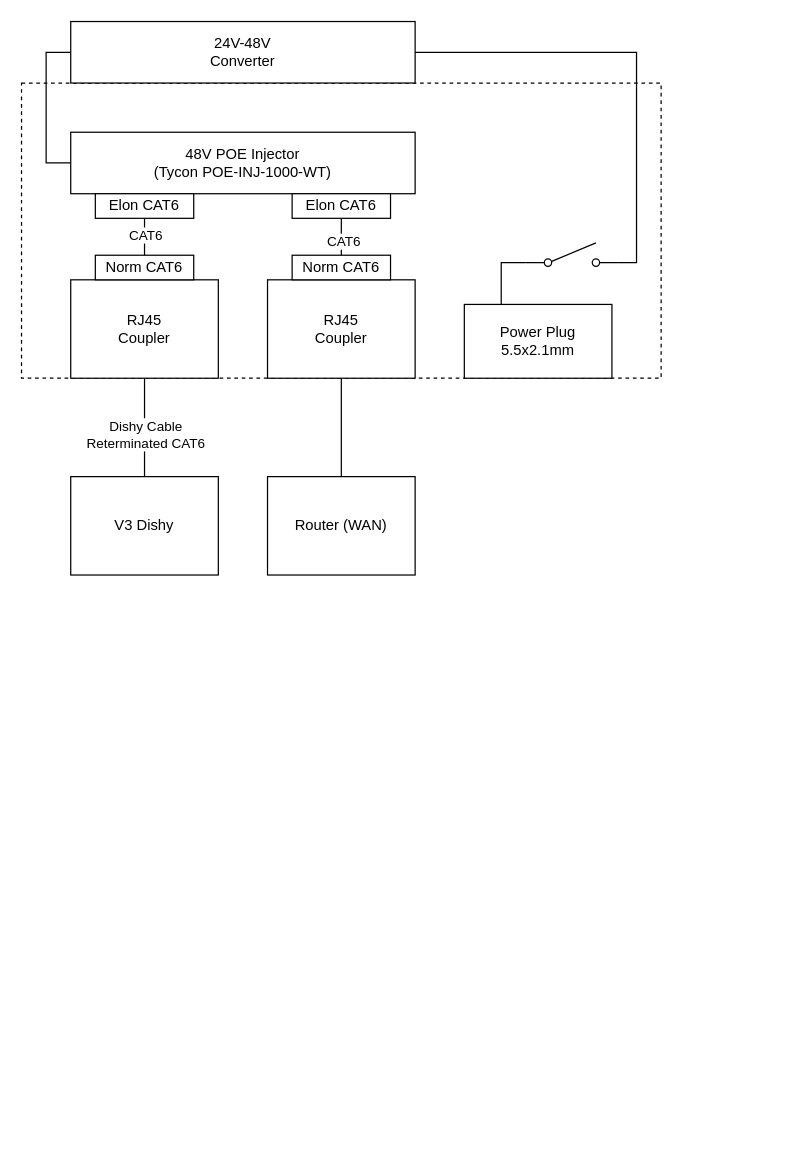
natecostello/van_two_point_oh keeps this draw.io diagram as blog/2022-5-13-starlink/starlink-poe-box.drawio. Above is the earlier version. Source tidied: cells renumbered, new cells numbered last; positions are measured from the earlier drawing's top-left corner, leaving out a move shared by most shapes. Both pictures are drawn from the tidied source at 123%, with x=0, y=0 at pixel (21, 21).
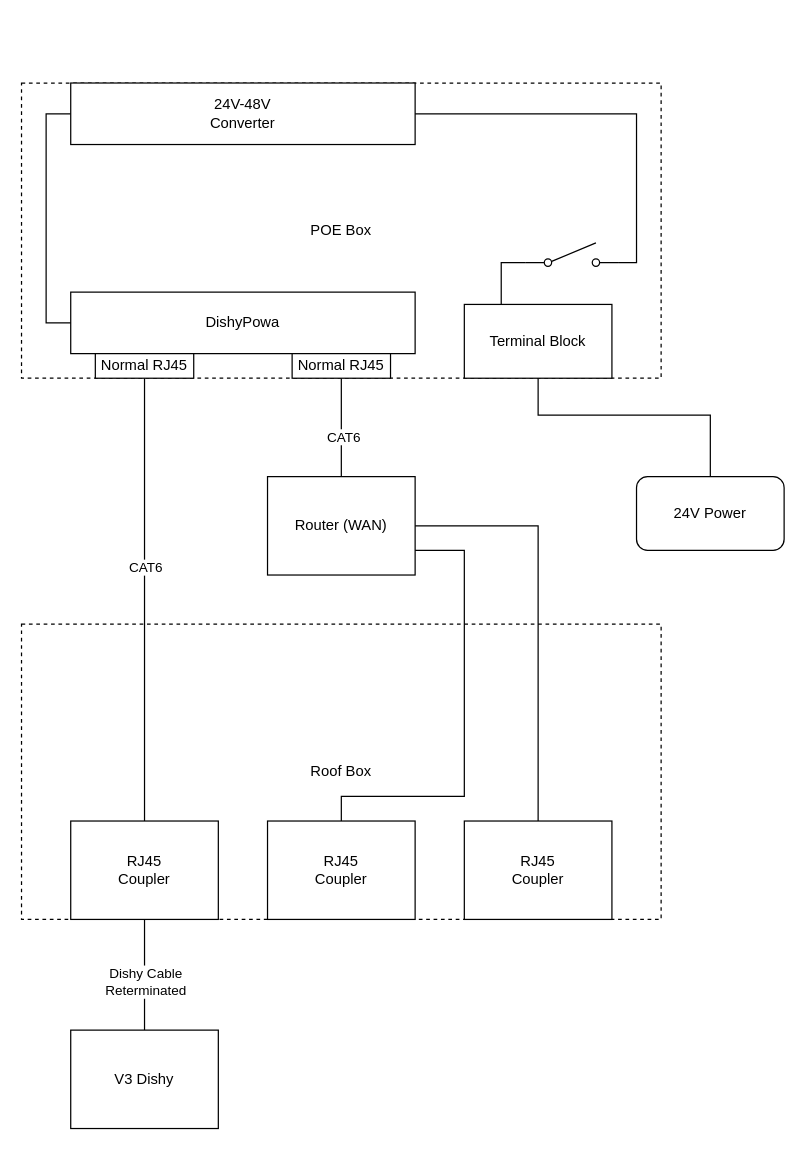
After the change.

Unchanged cells that the change refers to:
```xml
<mxCell id="3" style="edgeStyle=orthogonalEdgeStyle;rounded=0;jettySize=auto;html=1;exitX=0.5;exitY=1;exitDx=0;exitDy=0;entryX=0.5;entryY=0;entryDx=0;entryDy=0;endArrow=none;endFill=0;" parent="1" edge="1" source="5" target="20">
  <mxGeometry relative="1" as="geometry" />
</mxCell>
<mxCell id="19" value="Router (WAN)" style="rounded=0;whiteSpace=wrap;html=1;" parent="1" vertex="1">
  <mxGeometry x="200" y="370" width="120" height="80" as="geometry" />
</mxCell>
<mxCell id="24" style="shape=mxgraph.electrical.electro-mechanical.singleSwitch;elSwitchState=off;" parent="1" vertex="1">
  <mxGeometry x="410" y="180" width="75" height="20" as="geometry" />
</mxCell>
```

Diff of the diagram source:
```diff
@@
+    <mxCell id="25" value="Roof Box" style="rounded=0;whiteSpace=wrap;html=1;dashed=1;" parent="1" vertex="1">
+      <mxGeometry y="490" width="520" height="240" as="geometry" />
+    </mxCell>
-    <mxCell id="2" style="rounded=0;whiteSpace=wrap;html=1;dashed=1;" parent="1" vertex="1">
+    <mxCell id="2" value="POE Box" style="rounded=0;whiteSpace=wrap;html=1;dashed=1;" parent="1" vertex="1">
       <mxGeometry y="50" width="520" height="240" as="geometry" />
     </mxCell>
@@
-    <mxCell id="4" value="Dishy Cable&lt;br&gt;Reterminated CAT6" style="edgeLabel;html=1;align=center;verticalAlign=middle;" parent="3" vertex="1">
+    <mxCell id="4" value="Dishy Cable&lt;br&gt;Reterminated" style="edgeLabel;html=1;align=center;verticalAlign=middle;" parent="3" vertex="1">
       <mxGeometry x="0.12" relative="1" as="geometry" />
     </mxCell>
     <mxCell id="5" value="RJ45&lt;br&gt;Coupler" style="rounded=0;whiteSpace=wrap;html=1;" parent="1" vertex="1">
-      <mxGeometry x="40" y="210" width="120" height="80" as="geometry" />
+      <mxGeometry x="40" y="650" width="120" height="80" as="geometry" />
     </mxCell>
-    <mxCell id="6" value="RJ45&lt;br&gt;Coupler" style="rounded=0;whiteSpace=wrap;html=1;" parent="1" vertex="1">
-      <mxGeometry x="200" y="210" width="120" height="80" as="geometry" />
-    </mxCell>
-    <mxCell id="7" value="48V POE Injector&lt;br&gt;(Tycon POE-INJ-1000-WT)" style="rounded=0;whiteSpace=wrap;html=1;" parent="1" vertex="1">
-      <mxGeometry x="40" y="90" width="280" height="50" as="geometry" />
+    <mxCell id="7" value="DishyPowa" style="rounded=0;whiteSpace=wrap;html=1;" parent="1" vertex="1">
+      <mxGeometry x="40" y="220" width="280" height="50" as="geometry" />
     </mxCell>
@@
     <mxCell id="9" value="24V-48V&lt;br&gt;Converter" style="rounded=0;whiteSpace=wrap;html=1;" parent="1" vertex="1">
-      <mxGeometry x="40" width="280" height="50" as="geometry" />
+      <mxGeometry x="40" y="50" width="280" height="50" as="geometry" />
     </mxCell>
-    <mxCell id="10" value="Norm CAT6" style="rounded=0;whiteSpace=wrap;html=1;" parent="1" vertex="1">
-      <mxGeometry x="60" y="190" width="80" height="20" as="geometry" />
-    </mxCell>
-    <mxCell id="11" style="edgeStyle=orthogonalEdgeStyle;rounded=0;jettySize=auto;html=1;exitX=0.5;exitY=1;exitDx=0;exitDy=0;entryX=0.5;entryY=0;entryDx=0;entryDy=0;endArrow=none;endFill=0;" parent="1" edge="1" source="13" target="10">
+    <mxCell id="11" style="edgeStyle=orthogonalEdgeStyle;rounded=0;jettySize=auto;html=1;exitX=0.5;exitY=1;exitDx=0;exitDy=0;entryX=0.5;entryY=0;entryDx=0;entryDy=0;endArrow=none;endFill=0;" parent="1" edge="1" source="13" target="5">
       <mxGeometry relative="1" as="geometry" />
     </mxCell>
@@
-    <mxCell id="13" value="Elon CAT6" style="rounded=0;whiteSpace=wrap;html=1;" parent="1" vertex="1">
-      <mxGeometry x="60" y="140" width="80" height="20" as="geometry" />
+    <mxCell id="13" value="Normal RJ45" style="rounded=0;whiteSpace=wrap;html=1;" parent="1" vertex="1">
+      <mxGeometry x="60" y="270" width="80" height="20" as="geometry" />
     </mxCell>
-    <mxCell id="14" style="edgeStyle=orthogonalEdgeStyle;rounded=0;jettySize=auto;html=1;exitX=0.5;exitY=0;exitDx=0;exitDy=0;entryX=0.5;entryY=1;entryDx=0;entryDy=0;endArrow=none;endFill=0;" parent="1" edge="1" source="16" target="17">
+    <mxCell id="14" style="edgeStyle=orthogonalEdgeStyle;rounded=0;jettySize=auto;html=1;exitX=0.5;exitY=0;exitDx=0;exitDy=0;entryX=0.5;entryY=1;entryDx=0;entryDy=0;endArrow=none;endFill=0;" parent="1" edge="1" source="19" target="17">
       <mxGeometry relative="1" as="geometry" />
     </mxCell>
@@
-    <mxCell id="16" value="Norm CAT6" style="rounded=0;whiteSpace=wrap;html=1;" parent="1" vertex="1">
-      <mxGeometry x="220" y="190" width="80" height="20" as="geometry" />
-    </mxCell>
-    <mxCell id="17" value="Elon CAT6" style="rounded=0;whiteSpace=wrap;html=1;" parent="1" vertex="1">
-      <mxGeometry x="220" y="140" width="80" height="20" as="geometry" />
+    <mxCell id="17" value="Normal RJ45" style="rounded=0;whiteSpace=wrap;html=1;" parent="1" vertex="1">
+      <mxGeometry x="220" y="270" width="80" height="20" as="geometry" />
     </mxCell>
-    <mxCell id="18" style="edgeStyle=orthogonalEdgeStyle;rounded=0;jettySize=auto;html=1;exitX=0.5;exitY=0;exitDx=0;exitDy=0;endArrow=none;endFill=0;" parent="1" edge="1" source="19" target="6">
-      <mxGeometry relative="1" as="geometry" />
-    </mxCell>
@@
     <mxCell id="20" value="V3 Dishy" style="rounded=0;whiteSpace=wrap;html=1;" parent="1" vertex="1">
-      <mxGeometry x="40" y="370" width="120" height="80" as="geometry" />
+      <mxGeometry x="40" y="820" width="120" height="80" as="geometry" />
     </mxCell>
+    <mxCell id="26" style="edgeStyle=orthogonalEdgeStyle;rounded=0;jettySize=auto;html=1;entryX=0.5;entryY=0;entryDx=0;entryDy=0;endArrow=none;endFill=0;" parent="1" edge="1" source="21" target="31">
+      <mxGeometry relative="1" as="geometry">
+        <Array as="points">
+          <mxPoint x="420" y="320" />
+          <mxPoint x="560" y="320" />
+        </Array>
+      </mxGeometry>
+    </mxCell>
-    <mxCell id="21" value="Power Plug&lt;br&gt;5.5x2.1mm" style="rounded=0;whiteSpace=wrap;html=1;" parent="1" vertex="1">
+    <mxCell id="21" value="Terminal Block" style="rounded=0;whiteSpace=wrap;html=1;" parent="1" vertex="1">
       <mxGeometry x="360" y="230" width="120" height="60" as="geometry" />
     </mxCell>
@@
     <mxCell id="23" style="edgeStyle=orthogonalEdgeStyle;rounded=0;jettySize=auto;html=1;exitX=1;exitY=0.8;exitDx=0;exitDy=0;entryX=1;entryY=0.5;entryDx=0;entryDy=0;endArrow=none;endFill=0;" parent="1" edge="1" source="24" target="9">
       <mxGeometry relative="1" as="geometry">
         <Array as="points">
           <mxPoint x="500" y="196" />
-          <mxPoint x="500" y="25" />
+          <mxPoint x="500" y="75" />
         </Array>
       </mxGeometry>
     </mxCell>
@@
+    <mxCell id="27" style="edgeStyle=orthogonalEdgeStyle;rounded=0;jettySize=auto;html=1;exitX=0.5;exitY=0;exitDx=0;exitDy=0;entryX=1;entryY=0.75;entryDx=0;entryDy=0;endArrow=none;endFill=0;" parent="1" edge="1" source="28" target="19">
+      <mxGeometry relative="1" as="geometry">
+        <Array as="points">
+          <mxPoint x="260" y="630" />
+          <mxPoint x="360" y="630" />
+          <mxPoint x="360" y="430" />
+        </Array>
+      </mxGeometry>
+    </mxCell>
+    <mxCell id="28" value="RJ45&lt;br&gt;Coupler" style="rounded=0;whiteSpace=wrap;html=1;" parent="1" vertex="1">
+      <mxGeometry x="200" y="650" width="120" height="80" as="geometry" />
+    </mxCell>
+    <mxCell id="29" style="edgeStyle=orthogonalEdgeStyle;rounded=0;jettySize=auto;html=1;entryX=1;entryY=0.5;entryDx=0;entryDy=0;endArrow=none;endFill=0;" parent="1" edge="1" source="30" target="19">
+      <mxGeometry relative="1" as="geometry">
+        <Array as="points">
+          <mxPoint x="420" y="410" />
+        </Array>
+      </mxGeometry>
+    </mxCell>
+    <mxCell id="30" value="RJ45&lt;br&gt;Coupler" style="rounded=0;whiteSpace=wrap;html=1;" parent="1" vertex="1">
+      <mxGeometry x="360" y="650" width="120" height="80" as="geometry" />
+    </mxCell>
+    <mxCell id="31" value="24V Power" style="rounded=1;whiteSpace=wrap;html=1;" parent="1" vertex="1">
+      <mxGeometry x="500" y="370" width="120" height="60" as="geometry" />
+    </mxCell>
```
